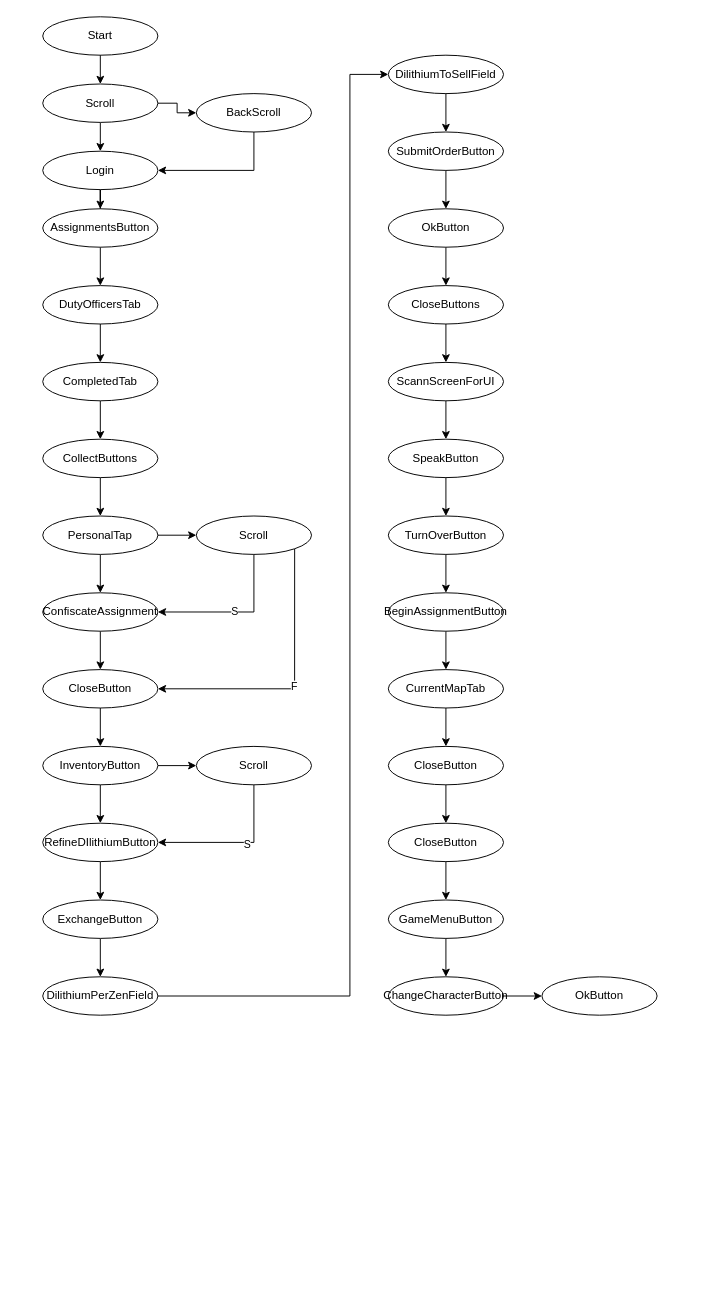
Earlier version of the draw.io diagram AutoFarmer.drawio (Tomaszon/AutoFarmer). Source tidied: cells renumbered, new cells numbered last; positions are measured from the earlier drawing's top-left corner, leaving out a move shared by most shapes. Both pictures are drawn from the tidied source at 96%, with x=0, y=0 at pixel (42, 16).
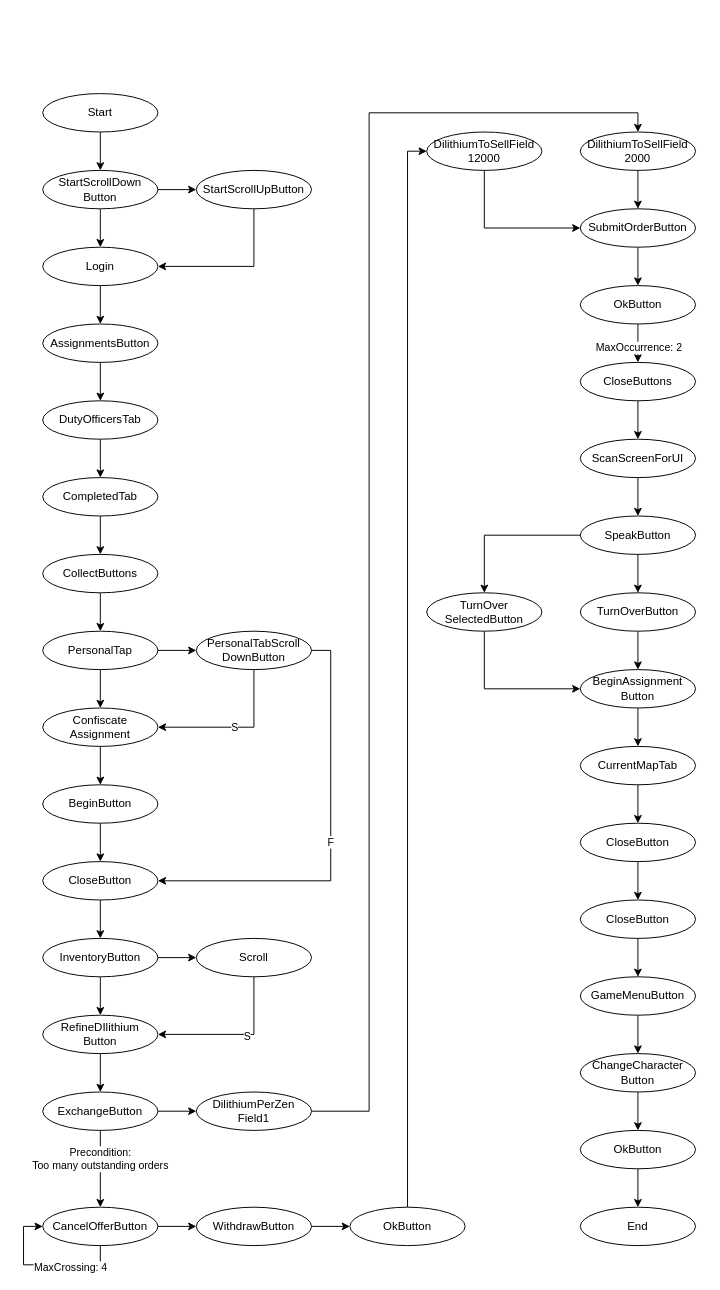
The same page after the edit.

Unchanged cells that the change refers to:
```xml
<mxCell id="35" style="edgeStyle=orthogonalEdgeStyle;rounded=0;jettySize=auto;html=1;" parent="1" edge="1" source="36" target="38">
  <mxGeometry relative="1" as="geometry" />
</mxCell>
```

What changed in the source:
```diff
@@
     <mxCell id="2" value="Start" style="ellipse;whiteSpace=wrap;html=1;" parent="1" vertex="1">
-      <mxGeometry width="120" height="40" as="geometry" />
+      <mxGeometry y="80" width="120" height="40" as="geometry" />
     </mxCell>
@@
     <mxCell id="4" value="Login" style="ellipse;whiteSpace=wrap;html=1;" parent="1" vertex="1">
-      <mxGeometry y="140" width="120" height="40" as="geometry" />
+      <mxGeometry y="240" width="120" height="40" as="geometry" />
     </mxCell>
@@
     <mxCell id="6" value="AssignmentsButton" style="ellipse;whiteSpace=wrap;html=1;" parent="1" vertex="1">
-      <mxGeometry y="200" width="120" height="40" as="geometry" />
+      <mxGeometry y="320" width="120" height="40" as="geometry" />
     </mxCell>
@@
     <mxCell id="8" value="DutyOfficersTab" style="ellipse;whiteSpace=wrap;html=1;" parent="1" vertex="1">
-      <mxGeometry y="280" width="120" height="40" as="geometry" />
+      <mxGeometry y="400" width="120" height="40" as="geometry" />
     </mxCell>
@@
     <mxCell id="10" value="CompletedTab" style="ellipse;whiteSpace=wrap;html=1;" parent="1" vertex="1">
-      <mxGeometry y="360" width="120" height="40" as="geometry" />
+      <mxGeometry y="480" width="120" height="40" as="geometry" />
     </mxCell>
@@
     <mxCell id="12" value="CollectButtons" style="ellipse;whiteSpace=wrap;html=1;" parent="1" vertex="1">
-      <mxGeometry y="440" width="120" height="40" as="geometry" />
+      <mxGeometry y="560" width="120" height="40" as="geometry" />
     </mxCell>
@@
     <mxCell id="14" value="PersonalTap" style="ellipse;whiteSpace=wrap;html=1;" parent="1" vertex="1">
-      <mxGeometry y="520" width="120" height="40" as="geometry" />
+      <mxGeometry y="640" width="120" height="40" as="geometry" />
     </mxCell>
-    <mxCell id="15" style="edgeStyle=orthogonalEdgeStyle;rounded=0;jettySize=auto;html=1;" parent="1" edge="1" source="16" target="18">
-      <mxGeometry relative="1" as="geometry" />
-    </mxCell>
+    <mxCell id="68" style="edgeStyle=orthogonalEdgeStyle;rounded=0;jettySize=auto;html=1;" parent="1" edge="1" source="16" target="70">
+      <mxGeometry relative="1" as="geometry" />
+    </mxCell>
-    <mxCell id="16" value="ConfiscateAssignment" style="ellipse;whiteSpace=wrap;html=1;" parent="1" vertex="1">
-      <mxGeometry y="600" width="120" height="40" as="geometry" />
+    <mxCell id="16" value="Confiscate&lt;br&gt;Assignment" style="ellipse;whiteSpace=wrap;html=1;" parent="1" vertex="1">
+      <mxGeometry y="720" width="120" height="40" as="geometry" />
     </mxCell>
+    <mxCell id="69" style="edgeStyle=orthogonalEdgeStyle;rounded=0;jettySize=auto;html=1;exitX=0.5;exitY=1;exitDx=0;exitDy=0;entryX=0.5;entryY=0;entryDx=0;entryDy=0;" parent="1" edge="1" source="70" target="18">
+      <mxGeometry relative="1" as="geometry" />
+    </mxCell>
+    <mxCell id="70" value="BeginButton" style="ellipse;whiteSpace=wrap;html=1;" parent="1" vertex="1">
+      <mxGeometry y="800" width="120" height="40" as="geometry" />
+    </mxCell>
@@
     <mxCell id="18" value="CloseButton" style="ellipse;whiteSpace=wrap;html=1;" parent="1" vertex="1">
-      <mxGeometry y="680" width="120" height="40" as="geometry" />
+      <mxGeometry y="880" width="120" height="40" as="geometry" />
     </mxCell>
@@
     <mxCell id="21" value="InventoryButton" style="ellipse;whiteSpace=wrap;html=1;" parent="1" vertex="1">
-      <mxGeometry y="760" width="120" height="40" as="geometry" />
+      <mxGeometry y="960" width="120" height="40" as="geometry" />
     </mxCell>
@@
     <mxCell id="24" value="Scroll" style="ellipse;whiteSpace=wrap;html=1;" parent="1" vertex="1">
-      <mxGeometry x="160" y="760" width="120" height="40" as="geometry" />
+      <mxGeometry x="160" y="960" width="120" height="40" as="geometry" />
     </mxCell>
@@
-    <mxCell id="26" value="RefineDIlithiumButton" style="ellipse;whiteSpace=wrap;html=1;" parent="1" vertex="1">
-      <mxGeometry y="840" width="120" height="40" as="geometry" />
+    <mxCell id="26" value="RefineDIlithium&lt;br&gt;Button" style="ellipse;whiteSpace=wrap;html=1;" parent="1" vertex="1">
+      <mxGeometry y="1040" width="120" height="40" as="geometry" />
     </mxCell>
@@
+    <mxCell id="71" style="edgeStyle=orthogonalEdgeStyle;rounded=0;jettySize=auto;html=1;" parent="1" edge="1" source="28" target="74">
+      <mxGeometry relative="1" as="geometry" />
+    </mxCell>
+    <mxCell id="72" value="Precondition:&lt;br&gt;Too many outstanding&amp;nbsp;orders" style="edgeLabel;html=1;align=center;verticalAlign=middle;" parent="71" vertex="1">
+      <mxGeometry x="-0.28" y="-1" relative="1" as="geometry" />
+    </mxCell>
     <mxCell id="28" value="ExchangeButton" style="ellipse;whiteSpace=wrap;html=1;" parent="1" vertex="1">
-      <mxGeometry y="920" width="120" height="40" as="geometry" />
+      <mxGeometry y="1120" width="120" height="40" as="geometry" />
     </mxCell>
+    <mxCell id="73" style="edgeStyle=orthogonalEdgeStyle;rounded=0;jettySize=auto;html=1;" parent="1" edge="1" source="74" target="76">
+      <mxGeometry relative="1" as="geometry" />
+    </mxCell>
+    <mxCell id="74" value="CancelOfferButton" style="ellipse;whiteSpace=wrap;html=1;" parent="1" vertex="1">
+      <mxGeometry y="1240" width="120" height="40" as="geometry" />
+    </mxCell>
+    <mxCell id="75" style="edgeStyle=orthogonalEdgeStyle;rounded=0;jettySize=auto;html=1;" parent="1" edge="1" source="76" target="78">
+      <mxGeometry relative="1" as="geometry" />
+    </mxCell>
+    <mxCell id="76" value="WithdrawButton" style="ellipse;whiteSpace=wrap;html=1;" parent="1" vertex="1">
+      <mxGeometry x="160" y="1240" width="120" height="40" as="geometry" />
+    </mxCell>
+    <mxCell id="77" style="edgeStyle=orthogonalEdgeStyle;rounded=0;jettySize=auto;html=1;exitX=0.5;exitY=0;exitDx=0;exitDy=0;entryX=0;entryY=0.5;entryDx=0;entryDy=0;" parent="1" edge="1" source="78" target="86">
+      <mxGeometry relative="1" as="geometry" />
+    </mxCell>
+    <mxCell id="78" value="OkButton" style="ellipse;whiteSpace=wrap;html=1;" parent="1" vertex="1">
+      <mxGeometry x="320" y="1240" width="120" height="40" as="geometry" />
+    </mxCell>
-    <mxCell id="29" style="edgeStyle=orthogonalEdgeStyle;rounded=0;jettySize=auto;html=1;" parent="1" edge="1" source="30" target="32">
+    <mxCell id="29" style="edgeStyle=orthogonalEdgeStyle;rounded=0;jettySize=auto;html=1;exitX=1;exitY=0.5;exitDx=0;exitDy=0;" parent="1" edge="1" source="30" target="32">
       <mxGeometry relative="1" as="geometry">
         <Array as="points">
-          <mxPoint x="320" y="1020" />
-          <mxPoint x="320" y="60" />
+          <mxPoint x="340" y="1140" />
+          <mxPoint x="340" y="100" />
         </Array>
       </mxGeometry>
     </mxCell>
-    <mxCell id="30" value="DilithiumPerZenField" style="ellipse;whiteSpace=wrap;html=1;" parent="1" vertex="1">
-      <mxGeometry y="1000" width="120" height="40" as="geometry" />
+    <mxCell id="30" value="DilithiumPerZen&lt;br&gt;Field1" style="ellipse;whiteSpace=wrap;html=1;" parent="1" vertex="1">
+      <mxGeometry x="160" y="1120" width="120" height="40" as="geometry" />
     </mxCell>
-    <mxCell id="31" style="edgeStyle=orthogonalEdgeStyle;rounded=0;jettySize=auto;html=1;" parent="1" edge="1" source="32" target="34">
+    <mxCell id="31" style="edgeStyle=orthogonalEdgeStyle;rounded=0;jettySize=auto;html=1;exitX=0.5;exitY=1;exitDx=0;exitDy=0;entryX=0.5;entryY=0;entryDx=0;entryDy=0;" parent="1" edge="1" source="32" target="34">
       <mxGeometry relative="1" as="geometry" />
     </mxCell>
-    <mxCell id="32" value="DilithiumToSellField" style="ellipse;whiteSpace=wrap;html=1;" parent="1" vertex="1">
-      <mxGeometry x="360" y="40" width="120" height="40" as="geometry" />
+    <mxCell id="32" value="DilithiumToSellField&lt;br&gt;2000" style="ellipse;whiteSpace=wrap;html=1;" parent="1" vertex="1">
+      <mxGeometry x="560" y="120" width="120" height="40" as="geometry" />
     </mxCell>
@@
     <mxCell id="34" value="SubmitOrderButton" style="ellipse;whiteSpace=wrap;html=1;" parent="1" vertex="1">
-      <mxGeometry x="360" y="120" width="120" height="40" as="geometry" />
+      <mxGeometry x="560" y="200" width="120" height="40" as="geometry" />
     </mxCell>
@@
+    <mxCell id="79" value="MaxOccurrence: 2" style="edgeLabel;html=1;align=center;verticalAlign=middle;" parent="35" vertex="1">
+      <mxGeometry x="0.2" relative="1" as="geometry" />
+    </mxCell>
     <mxCell id="36" value="OkButton" style="ellipse;whiteSpace=wrap;html=1;" parent="1" vertex="1">
-      <mxGeometry x="360" y="200" width="120" height="40" as="geometry" />
+      <mxGeometry x="560" y="280" width="120" height="40" as="geometry" />
     </mxCell>
@@
     <mxCell id="38" value="CloseButtons" style="ellipse;whiteSpace=wrap;html=1;" parent="1" vertex="1">
-      <mxGeometry x="360" y="280" width="120" height="40" as="geometry" />
+      <mxGeometry x="560" y="360" width="120" height="40" as="geometry" />
     </mxCell>
@@
-    <mxCell id="40" value="ScannScreenForUI" style="ellipse;whiteSpace=wrap;html=1;" parent="1" vertex="1">
-      <mxGeometry x="360" y="360" width="120" height="40" as="geometry" />
+    <mxCell id="40" value="ScanScreenForUI" style="ellipse;whiteSpace=wrap;html=1;" parent="1" vertex="1">
+      <mxGeometry x="560" y="440" width="120" height="40" as="geometry" />
     </mxCell>
@@
+    <mxCell id="80" style="edgeStyle=orthogonalEdgeStyle;rounded=0;jettySize=auto;html=1;exitX=1;exitY=0.5;exitDx=0;exitDy=0;entryX=0.5;entryY=0;entryDx=0;entryDy=0;" parent="1" edge="1" source="42" target="88">
+      <mxGeometry relative="1" as="geometry">
+        <Array as="points">
+          <mxPoint x="460" y="540" />
+        </Array>
+      </mxGeometry>
+    </mxCell>
     <mxCell id="42" value="SpeakButton" style="ellipse;whiteSpace=wrap;html=1;" parent="1" vertex="1">
-      <mxGeometry x="360" y="440" width="120" height="40" as="geometry" />
+      <mxGeometry x="560" y="520" width="120" height="40" as="geometry" />
     </mxCell>
@@
     <mxCell id="44" value="TurnOverButton" style="ellipse;whiteSpace=wrap;html=1;" parent="1" vertex="1">
-      <mxGeometry x="360" y="520" width="120" height="40" as="geometry" />
+      <mxGeometry x="560" y="600" width="120" height="40" as="geometry" />
     </mxCell>
@@
-    <mxCell id="46" value="BeginAssignmentButton" style="ellipse;whiteSpace=wrap;html=1;" parent="1" vertex="1">
-      <mxGeometry x="360" y="600" width="120" height="40" as="geometry" />
+    <mxCell id="46" value="BeginAssignment&lt;br&gt;Button" style="ellipse;whiteSpace=wrap;html=1;" parent="1" vertex="1">
+      <mxGeometry x="560" y="680" width="120" height="40" as="geometry" />
     </mxCell>
@@
     <mxCell id="48" value="CurrentMapTab" style="ellipse;whiteSpace=wrap;html=1;" parent="1" vertex="1">
-      <mxGeometry x="360" y="680" width="120" height="40" as="geometry" />
+      <mxGeometry x="560" y="760" width="120" height="40" as="geometry" />
     </mxCell>
@@
     <mxCell id="50" value="CloseButton" style="ellipse;whiteSpace=wrap;html=1;" parent="1" vertex="1">
-      <mxGeometry x="360" y="760" width="120" height="40" as="geometry" />
+      <mxGeometry x="560" y="840" width="120" height="40" as="geometry" />
     </mxCell>
@@
     <mxCell id="52" value="CloseButton" style="ellipse;whiteSpace=wrap;html=1;" parent="1" vertex="1">
-      <mxGeometry x="360" y="840" width="120" height="40" as="geometry" />
+      <mxGeometry x="560" y="920" width="120" height="40" as="geometry" />
     </mxCell>
@@
     <mxCell id="54" value="GameMenuButton" style="ellipse;whiteSpace=wrap;html=1;" parent="1" vertex="1">
-      <mxGeometry x="360" y="920" width="120" height="40" as="geometry" />
+      <mxGeometry x="560" y="1000" width="120" height="40" as="geometry" />
     </mxCell>
@@
-    <mxCell id="56" value="ChangeCharacterButton" style="ellipse;whiteSpace=wrap;html=1;" parent="1" vertex="1">
-      <mxGeometry x="360" y="1000" width="120" height="40" as="geometry" />
+    <mxCell id="56" value="ChangeCharacter&lt;br&gt;Button" style="ellipse;whiteSpace=wrap;html=1;" parent="1" vertex="1">
+      <mxGeometry x="560" y="1080" width="120" height="40" as="geometry" />
     </mxCell>
+    <mxCell id="81" style="edgeStyle=orthogonalEdgeStyle;rounded=0;jettySize=auto;html=1;" parent="1" edge="1" source="57" target="82">
+      <mxGeometry relative="1" as="geometry" />
+    </mxCell>
     <mxCell id="57" value="OkButton" style="ellipse;whiteSpace=wrap;html=1;" parent="1" vertex="1">
-      <mxGeometry x="520" y="1000" width="120" height="40" as="geometry" />
+      <mxGeometry x="560" y="1160" width="120" height="40" as="geometry" />
     </mxCell>
+    <mxCell id="82" value="End" style="ellipse;whiteSpace=wrap;html=1;" parent="1" vertex="1">
+      <mxGeometry x="560" y="1240" width="120" height="40" as="geometry" />
+    </mxCell>
@@
-    <mxCell id="60" value="Scroll" style="ellipse;whiteSpace=wrap;html=1;" parent="1" vertex="1">
-      <mxGeometry y="70" width="120" height="40" as="geometry" />
+    <mxCell id="60" value="StartScrollDown&lt;br&gt;Button" style="ellipse;whiteSpace=wrap;html=1;" parent="1" vertex="1">
+      <mxGeometry y="160" width="120" height="40" as="geometry" />
     </mxCell>
@@
-    <mxCell id="62" value="BackScroll" style="ellipse;whiteSpace=wrap;html=1;" parent="1" vertex="1">
-      <mxGeometry x="160" y="80" width="120" height="40" as="geometry" />
+    <mxCell id="62" value="StartScrollUpButton" style="ellipse;whiteSpace=wrap;html=1;" parent="1" vertex="1">
+      <mxGeometry x="160" y="160" width="120" height="40" as="geometry" />
     </mxCell>
@@
-    <mxCell id="64" value="F" style="edgeStyle=orthogonalEdgeStyle;rounded=0;jettySize=auto;html=1;entryX=1;entryY=0.5;entryDx=0;entryDy=0;exitX=1;exitY=1;exitDx=0;exitDy=0;" parent="1" edge="1" source="66" target="18">
+    <mxCell id="64" value="F" style="edgeStyle=orthogonalEdgeStyle;rounded=0;jettySize=auto;html=1;exitX=1;exitY=0.5;exitDx=0;exitDy=0;entryX=1;entryY=0.5;entryDx=0;entryDy=0;" parent="1" edge="1" source="66" target="18">
       <mxGeometry relative="1" as="geometry">
         <Array as="points">
-          <mxPoint x="262" y="700" />
+          <mxPoint x="300" y="660" />
+          <mxPoint x="300" y="900" />
         </Array>
       </mxGeometry>
     </mxCell>
@@
-    <mxCell id="66" value="Scroll" style="ellipse;whiteSpace=wrap;html=1;" parent="1" vertex="1">
-      <mxGeometry x="160" y="520" width="120" height="40" as="geometry" />
+    <mxCell id="66" value="PersonalTabScroll&lt;br&gt;DownButton" style="ellipse;whiteSpace=wrap;html=1;" parent="1" vertex="1">
+      <mxGeometry x="160" y="640" width="120" height="40" as="geometry" />
     </mxCell>
@@
+    <mxCell id="83" style="edgeStyle=orthogonalEdgeStyle;rounded=0;orthogonalLoop=1;jettySize=auto;html=1;exitX=0.5;exitY=1;exitDx=0;exitDy=0;entryX=0;entryY=0.5;entryDx=0;entryDy=0;" parent="1" edge="1" source="74" target="74">
+      <mxGeometry relative="1" as="geometry">
+        <Array as="points">
+          <mxPoint x="60" y="1300" />
+          <mxPoint x="-20" y="1300" />
+          <mxPoint x="-20" y="1260" />
+        </Array>
+      </mxGeometry>
+    </mxCell>
+    <mxCell id="84" value="MaxCrossing: 4" style="edgeLabel;html=1;align=center;verticalAlign=middle;" parent="83" vertex="1">
+      <mxGeometry x="-0.35" y="2" relative="1" as="geometry" />
+    </mxCell>
+    <mxCell id="85" style="edgeStyle=orthogonalEdgeStyle;rounded=0;jettySize=auto;html=1;exitX=0.5;exitY=1;exitDx=0;exitDy=0;entryX=0;entryY=0.5;entryDx=0;entryDy=0;" parent="1" edge="1" source="86" target="34">
+      <mxGeometry relative="1" as="geometry" />
+    </mxCell>
+    <mxCell id="86" value="DilithiumToSellField&lt;br&gt;12000" style="ellipse;whiteSpace=wrap;html=1;" parent="1" vertex="1">
+      <mxGeometry x="400" y="120" width="120" height="40" as="geometry" />
+    </mxCell>
+    <mxCell id="87" style="edgeStyle=orthogonalEdgeStyle;rounded=0;jettySize=auto;html=1;exitX=0.5;exitY=1;exitDx=0;exitDy=0;entryX=0;entryY=0.5;entryDx=0;entryDy=0;" parent="1" edge="1" source="88" target="46">
+      <mxGeometry relative="1" as="geometry" />
+    </mxCell>
+    <mxCell id="88" value="TurnOver&lt;br&gt;SelectedButton" style="ellipse;whiteSpace=wrap;html=1;" parent="1" vertex="1">
+      <mxGeometry x="400" y="600" width="120" height="40" as="geometry" />
+    </mxCell>
```
